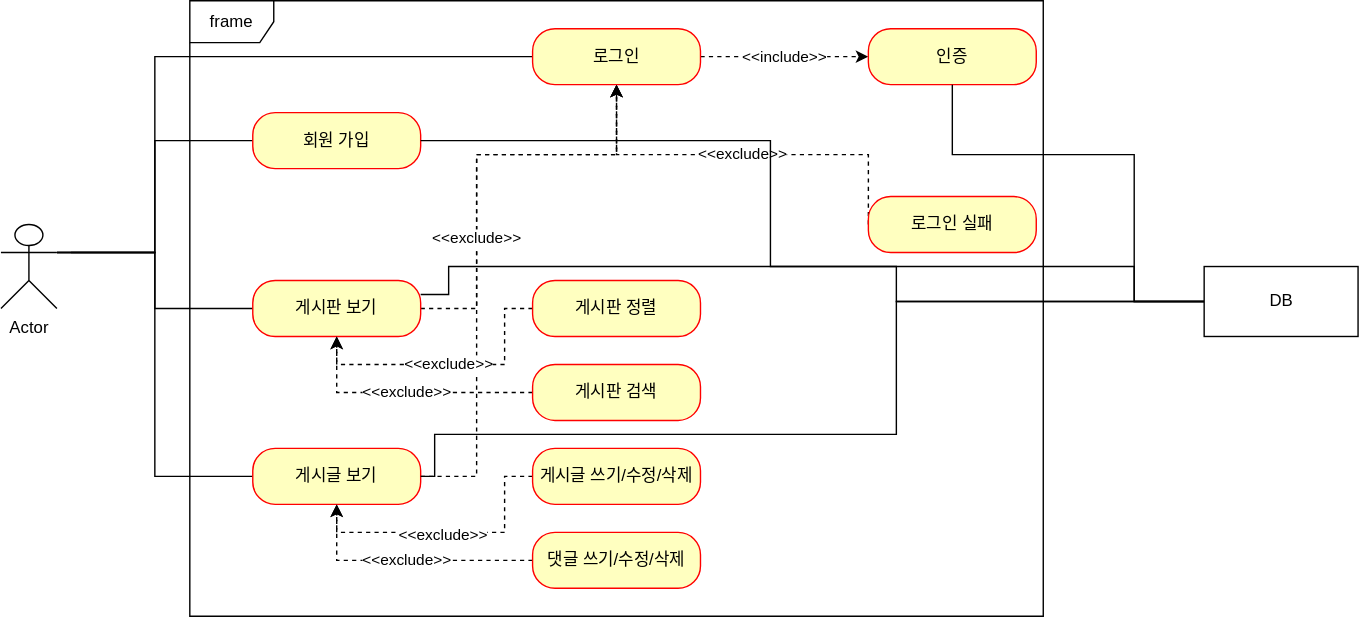
This is documents/UseCase/use_case.svg from GuardJo/simple-board-project, a draw.io export, as it was before one commit. Source tidied: cells renumbered, new cells last; positions are measured from the earlier drawing's top-left corner, leaving out a move shared by most shapes.
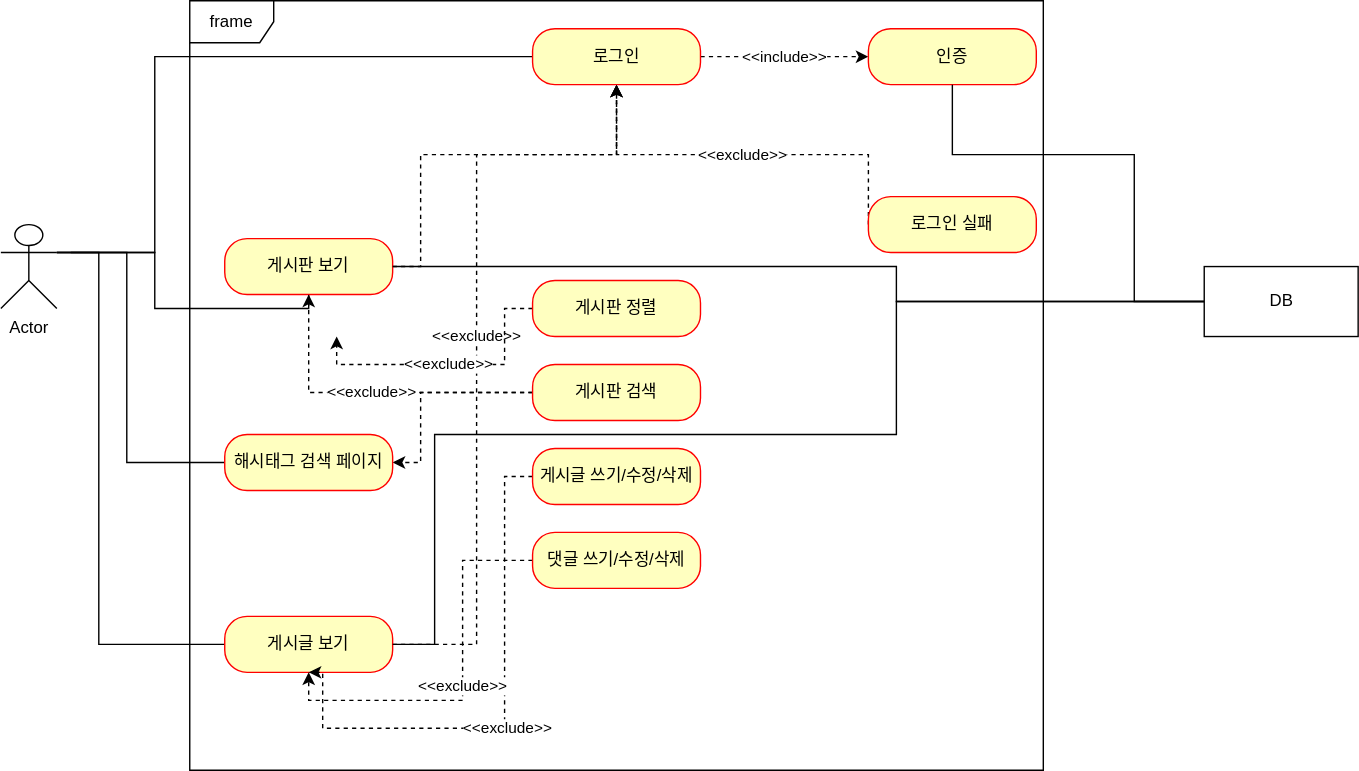
The same diagram one commit later.

Commit message:
#39 기능 개발 후 use case 일부 변경점 반영

- v1.0.1 기준 기능들에 대한 use case 리팩토링
-- 회원 가입 시나리오 제거
-- 해시태그 검색 페이지 시나리오 추가

Diff of the diagram source:
```diff
@@ -2,9 +2,6 @@
   <root>
     <mxCell id="0" />
     <mxCell id="1" parent="0" />
-    <mxCell id="2" style="edgeStyle=orthogonalEdgeStyle;rounded=0;jettySize=auto;html=1;exitX=1;exitY=0.3333333333333333;exitDx=0;exitDy=0;exitPerimeter=0;entryX=0;entryY=0.5;entryDx=0;entryDy=0;endArrow=none;endFill=0;" parent="1" edge="1" source="4" target="6">
-      <mxGeometry relative="1" as="geometry" />
-    </mxCell>
     <mxCell id="3" style="edgeStyle=orthogonalEdgeStyle;rounded=0;jettySize=auto;html=1;endArrow=none;endFill=0;" parent="1" edge="1" target="8">
       <mxGeometry relative="1" as="geometry">
         <mxPoint x="50" y="180" as="sourcePoint" />
@@ -18,37 +15,38 @@
       <mxGeometry y="160" width="40" height="60" as="geometry" />
     </mxCell>
     <mxCell id="5" value="frame" style="shape=umlFrame;whiteSpace=wrap;html=1;" parent="1" vertex="1">
-      <mxGeometry x="135" width="610" height="440" as="geometry" />
+      <mxGeometry x="135" width="610" height="550" as="geometry" />
     </mxCell>
-    <mxCell id="6" value="회원 가입" style="rounded=1;whiteSpace=wrap;html=1;arcSize=40;fontColor=#000000;fillColor=#ffffc0;strokeColor=#ff0000;" parent="1" vertex="1">
-      <mxGeometry x="180" y="80" width="120" height="40" as="geometry" />
-    </mxCell>
     <mxCell id="7" style="edgeStyle=orthogonalEdgeStyle;rounded=0;jettySize=auto;html=1;exitX=1;exitY=0.5;exitDx=0;exitDy=0;entryX=0.5;entryY=1;entryDx=0;entryDy=0;dashed=1;endArrow=classic;endFill=1;" parent="1" edge="1" source="8" target="14">
       <mxGeometry relative="1" as="geometry">
         <Array as="points">
-          <mxPoint x="340" y="220" />
-          <mxPoint x="340" y="110" />
+          <mxPoint x="300" y="110" />
           <mxPoint x="440" y="110" />
         </Array>
       </mxGeometry>
     </mxCell>
     <mxCell id="8" value="게시판 보기" style="rounded=1;whiteSpace=wrap;html=1;arcSize=40;fontColor=#000000;fillColor=#ffffc0;strokeColor=#ff0000;" parent="1" vertex="1">
-      <mxGeometry x="180" y="200" width="120" height="40" as="geometry" />
+      <mxGeometry x="160" y="170" width="120" height="40" as="geometry" />
     </mxCell>
     <mxCell id="9" style="edgeStyle=orthogonalEdgeStyle;rounded=0;jettySize=auto;html=1;exitX=0;exitY=0.5;exitDx=0;exitDy=0;endArrow=none;endFill=0;entryX=1;entryY=0.3333333333333333;entryDx=0;entryDy=0;entryPerimeter=0;" parent="1" edge="1" source="11" target="4">
-      <mxGeometry relative="1" as="geometry" />
+      <mxGeometry relative="1" as="geometry">
+        <Array as="points">
+          <mxPoint x="70" y="460" />
+          <mxPoint x="70" y="180" />
+        </Array>
+      </mxGeometry>
     </mxCell>
     <mxCell id="10" value="&amp;lt;&amp;lt;exclude&amp;gt;&amp;gt;" style="edgeStyle=orthogonalEdgeStyle;rounded=0;jettySize=auto;html=1;exitX=1;exitY=0.5;exitDx=0;exitDy=0;entryX=0.5;entryY=1;entryDx=0;entryDy=0;dashed=1;endArrow=classic;endFill=1;" parent="1" edge="1" source="11" target="14">
       <mxGeometry relative="1" as="geometry">
         <Array as="points">
-          <mxPoint x="340" y="340" />
+          <mxPoint x="340" y="460" />
           <mxPoint x="340" y="110" />
           <mxPoint x="440" y="110" />
         </Array>
       </mxGeometry>
     </mxCell>
     <mxCell id="11" value="게시글 보기" style="rounded=1;whiteSpace=wrap;html=1;arcSize=40;fontColor=#000000;fillColor=#ffffc0;strokeColor=#ff0000;" parent="1" vertex="1">
-      <mxGeometry x="180" y="320" width="120" height="40" as="geometry" />
+      <mxGeometry x="160" y="440" width="120" height="40" as="geometry" />
     </mxCell>
     <mxCell id="12" style="edgeStyle=orthogonalEdgeStyle;rounded=0;jettySize=auto;html=1;exitX=0;exitY=0.5;exitDx=0;exitDy=0;entryX=1;entryY=0.3333333333333333;entryDx=0;entryDy=0;entryPerimeter=0;endArrow=none;endFill=0;" parent="1" edge="1" source="14" target="4">
       <mxGeometry relative="1" as="geometry">
@@ -99,6 +97,14 @@
     <mxCell id="20" value="&amp;lt;&amp;lt;exclude&amp;gt;&amp;gt;" style="edgeStyle=orthogonalEdgeStyle;rounded=0;jettySize=auto;html=1;exitX=0;exitY=0.5;exitDx=0;exitDy=0;dashed=1;endArrow=classic;endFill=1;" parent="1" edge="1" source="21" target="8">
       <mxGeometry relative="1" as="geometry" />
     </mxCell>
+    <mxCell id="32" style="edgeStyle=orthogonalEdgeStyle;rounded=0;jettySize=auto;html=1;entryX=1;entryY=0.5;entryDx=0;entryDy=0;endArrow=classic;endFill=1;dashed=1;startArrow=none;startFill=0;" parent="1" edge="1" source="21" target="34">
+      <mxGeometry relative="1" as="geometry">
+        <Array as="points">
+          <mxPoint x="300" y="280" />
+          <mxPoint x="300" y="330" />
+        </Array>
+      </mxGeometry>
+    </mxCell>
     <mxCell id="21" value="게시판 검색" style="rounded=1;whiteSpace=wrap;html=1;arcSize=40;fontColor=#000000;fillColor=#ffffc0;strokeColor=#ff0000;" parent="1" vertex="1">
       <mxGeometry x="380" y="260" width="120" height="40" as="geometry" />
     </mxCell>
@@ -106,8 +112,9 @@
       <mxGeometry relative="1" as="geometry">
         <Array as="points">
           <mxPoint x="360" y="340" />
-          <mxPoint x="360" y="380" />
-          <mxPoint x="240" y="380" />
+          <mxPoint x="360" y="520" />
+          <mxPoint x="230" y="520" />
+          <mxPoint x="230" y="480" />
         </Array>
       </mxGeometry>
     </mxCell>
@@ -123,13 +130,11 @@
     <mxCell id="26" value="댓글 쓰기/수정/삭제" style="rounded=1;whiteSpace=wrap;html=1;arcSize=40;fontColor=#000000;fillColor=#ffffc0;strokeColor=#ff0000;" parent="1" vertex="1">
       <mxGeometry x="380" y="380" width="120" height="40" as="geometry" />
     </mxCell>
-    <mxCell id="27" style="edgeStyle=orthogonalEdgeStyle;rounded=0;jettySize=auto;html=1;entryX=1;entryY=0.25;entryDx=0;entryDy=0;endArrow=none;endFill=0;" parent="1" edge="1" source="31" target="8">
+    <mxCell id="27" style="edgeStyle=orthogonalEdgeStyle;rounded=0;jettySize=auto;html=1;endArrow=none;endFill=0;entryX=1;entryY=0.5;entryDx=0;entryDy=0;" parent="1" edge="1" source="31" target="8">
       <mxGeometry relative="1" as="geometry">
         <Array as="points">
           <mxPoint x="640" y="215" />
           <mxPoint x="640" y="190" />
-          <mxPoint x="320" y="190" />
-          <mxPoint x="320" y="210" />
         </Array>
       </mxGeometry>
     </mxCell>
@@ -139,7 +144,7 @@
           <mxPoint x="640" y="215" />
           <mxPoint x="640" y="310" />
           <mxPoint x="310" y="310" />
-          <mxPoint x="310" y="340" />
+          <mxPoint x="310" y="460" />
         </Array>
       </mxGeometry>
     </mxCell>
@@ -152,18 +157,19 @@
         </Array>
       </mxGeometry>
     </mxCell>
-    <mxCell id="30" style="edgeStyle=orthogonalEdgeStyle;rounded=0;jettySize=auto;html=1;exitX=0;exitY=0.5;exitDx=0;exitDy=0;entryX=1;entryY=0.5;entryDx=0;entryDy=0;endArrow=none;endFill=0;" parent="1" edge="1" source="31" target="6">
-      <mxGeometry relative="1" as="geometry">
-        <Array as="points">
-          <mxPoint x="810" y="215" />
-          <mxPoint x="810" y="190" />
-          <mxPoint x="550" y="190" />
-          <mxPoint x="550" y="100" />
-        </Array>
-      </mxGeometry>
-    </mxCell>
     <mxCell id="31" value="DB" style="html=1;" parent="1" vertex="1">
       <mxGeometry x="860" y="190" width="110" height="50" as="geometry" />
     </mxCell>
+    <mxCell id="33" style="edgeStyle=orthogonalEdgeStyle;rounded=0;jettySize=auto;html=1;entryX=1;entryY=0.3333333333333333;entryDx=0;entryDy=0;entryPerimeter=0;endArrow=none;endFill=0;" parent="1" edge="1" source="34" target="4">
+      <mxGeometry relative="1" as="geometry">
+        <Array as="points">
+          <mxPoint x="90" y="330" />
+          <mxPoint x="90" y="180" />
+        </Array>
+      </mxGeometry>
+    </mxCell>
+    <mxCell id="34" value="해시태그 검색 페이지" style="rounded=1;whiteSpace=wrap;html=1;arcSize=40;fontColor=#000000;fillColor=#ffffc0;strokeColor=#ff0000;" parent="1" vertex="1">
+      <mxGeometry x="160" y="310" width="120" height="40" as="geometry" />
+    </mxCell>
   </root>
 </mxGraphModel>
```
